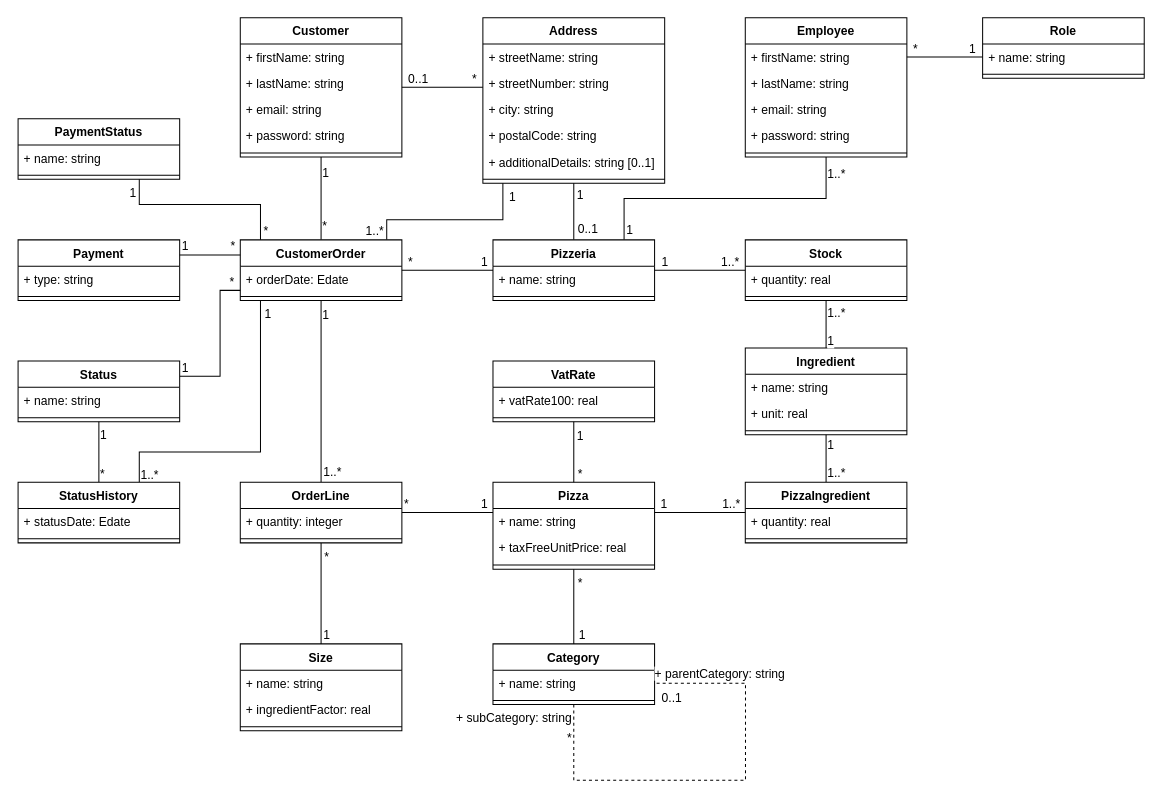
Above: page "ClassDiagram" (11 of 12) of Diagrams/OCPizza.drawio in GuillaumeOj/DesignTechnicalSolution (draw.io), before the change. Source tidied: cells renumbered, new cells numbered last; positions are measured from the earlier drawing's top-left corner, leaving out a move shared by most shapes. Both pictures are drawn from the tidied source at 101%, with x=0, y=0 at pixel (17, 17).
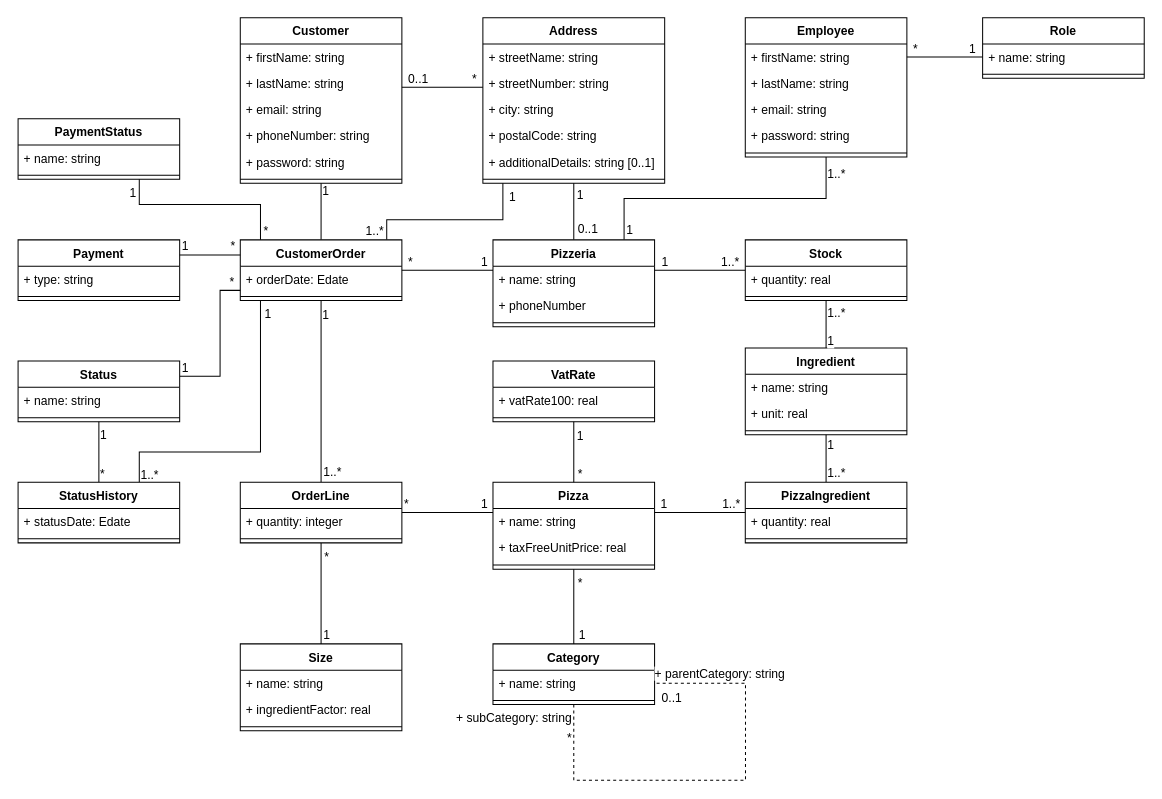
The same page after the edit.

Unchanged cells that the change refers to:
```xml
<mxCell id="43" value="CustomerOrder" style="swimlane;fontStyle=1;align=center;verticalAlign=top;horizontal=1;startSize=26;" parent="1" vertex="1">
  <mxGeometry x="220.4" y="220" width="160" height="60" as="geometry" />
</mxCell>
<mxCell id="55" value="Stock" style="swimlane;fontStyle=1;align=center;verticalAlign=top;horizontal=1;startSize=26;" parent="1" vertex="1">
  <mxGeometry x="720.4" y="220" width="160" height="60" as="geometry" />
</mxCell>
```

Change to the diagram source:
```diff
@@
     <mxCell id="12" value="Customer" style="swimlane;fontStyle=1;align=center;verticalAlign=top;horizontal=1;startSize=26;" parent="1" vertex="1">
-      <mxGeometry x="220.4" width="160" height="138" as="geometry" />
+      <mxGeometry x="220.4" width="160" height="164" as="geometry" />
     </mxCell>
@@
+    <mxCell id="137" value="+ phoneNumber: string" style="text;strokeColor=none;fillColor=none;align=left;verticalAlign=top;spacingLeft=4;spacingRight=4;overflow=hidden;" parent="12" vertex="1">
+      <mxGeometry y="104" width="160" height="26" as="geometry" />
+    </mxCell>
     <mxCell id="16" value="+ password: string" style="text;strokeColor=none;fillColor=none;align=left;verticalAlign=top;spacingLeft=4;spacingRight=4;overflow=hidden;" parent="12" vertex="1">
-      <mxGeometry y="104" width="160" height="26" as="geometry" />
+      <mxGeometry y="130" width="160" height="26" as="geometry" />
     </mxCell>
     <mxCell id="17" style="line;strokeWidth=1;fillColor=none;align=left;verticalAlign=middle;spacingTop=-1;spacingLeft=3;spacingRight=3;labelPosition=right;" parent="12" vertex="1">
-      <mxGeometry y="130" width="160" height="8" as="geometry" />
+      <mxGeometry y="156" width="160" height="8" as="geometry" />
     </mxCell>
@@
     <mxCell id="34" style="edgeStyle=orthogonalEdgeStyle;rounded=0;jettySize=auto;html=1;startFill=1;endArrow=none;endFill=0;" parent="1" edge="1" source="43" target="49">
-      <mxGeometry relative="1" as="geometry" />
+      <mxGeometry relative="1" as="geometry">
+        <Array as="points">
+          <mxPoint x="445" y="250" />
+          <mxPoint x="445" y="250" />
+        </Array>
+      </mxGeometry>
     </mxCell>
@@
     <mxCell id="49" value="Pizzeria" style="swimlane;fontStyle=1;align=center;verticalAlign=top;horizontal=1;startSize=26;" parent="1" vertex="1">
-      <mxGeometry x="470.6" y="220" width="160" height="60" as="geometry" />
+      <mxGeometry x="470.6" y="220" width="160" height="86" as="geometry" />
     </mxCell>
@@
+    <mxCell id="138" value="+ phoneNumber" style="text;strokeColor=none;fillColor=none;align=left;verticalAlign=top;spacingLeft=4;spacingRight=4;overflow=hidden;" parent="49" vertex="1">
+      <mxGeometry y="52" width="160" height="26" as="geometry" />
+    </mxCell>
     <mxCell id="51" style="line;strokeWidth=1;fillColor=none;align=left;verticalAlign=middle;spacingTop=-1;spacingLeft=3;spacingRight=3;labelPosition=right;" parent="49" vertex="1">
-      <mxGeometry y="52" width="160" height="8" as="geometry" />
+      <mxGeometry y="78" width="160" height="8" as="geometry" />
     </mxCell>
     <mxCell id="52" style="edgeStyle=orthogonalEdgeStyle;rounded=0;jettySize=auto;html=1;startFill=1;endArrow=none;endFill=0;" parent="1" edge="1" source="55" target="49">
-      <mxGeometry relative="1" as="geometry" />
+      <mxGeometry relative="1" as="geometry">
+        <Array as="points">
+          <mxPoint x="660" y="250" />
+          <mxPoint x="660" y="250" />
+        </Array>
+      </mxGeometry>
     </mxCell>
```
